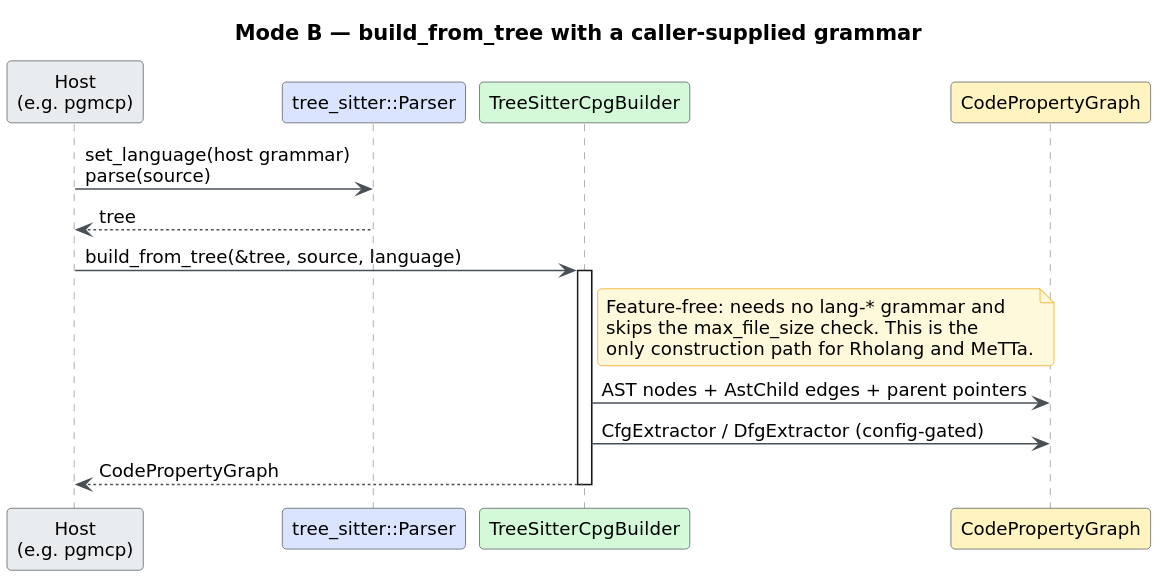
vinary-tree/libcpg keeps this PlantUML diagram as docs/diagrams/mode-b-sequence.svg. Above is the earlier version. Its source is kept beside it as docs/diagrams/mode-b-sequence.puml. Source of this version:
```plantuml
@startuml
!include _libcpg-theme.iuml
title Mode B — build_from_tree with a caller-supplied grammar
participant "Host\n(e.g. pgmcp)" as Host #E9ECEF
participant "tree_sitter::Parser" as TS #DBE4FF
participant "TreeSitterCpgBuilder" as B #D3F9D8
participant "CodePropertyGraph" as G #FFF3BF
Host -> TS : set_language(host grammar)\nparse(source)
TS --> Host : tree
Host -> B : build_from_tree(&tree, source, language)
activate B
note right of B
  Feature-free: needs no lang-* grammar and
  skips the max_file_size check. This is the
  only construction path for Rholang and MeTTa.
end note
B -> G : AST nodes + AstChild edges + parent pointers
B -> G : CfgExtractor / DfgExtractor (config-gated)
B --> Host : CodePropertyGraph
deactivate B
@enduml
```
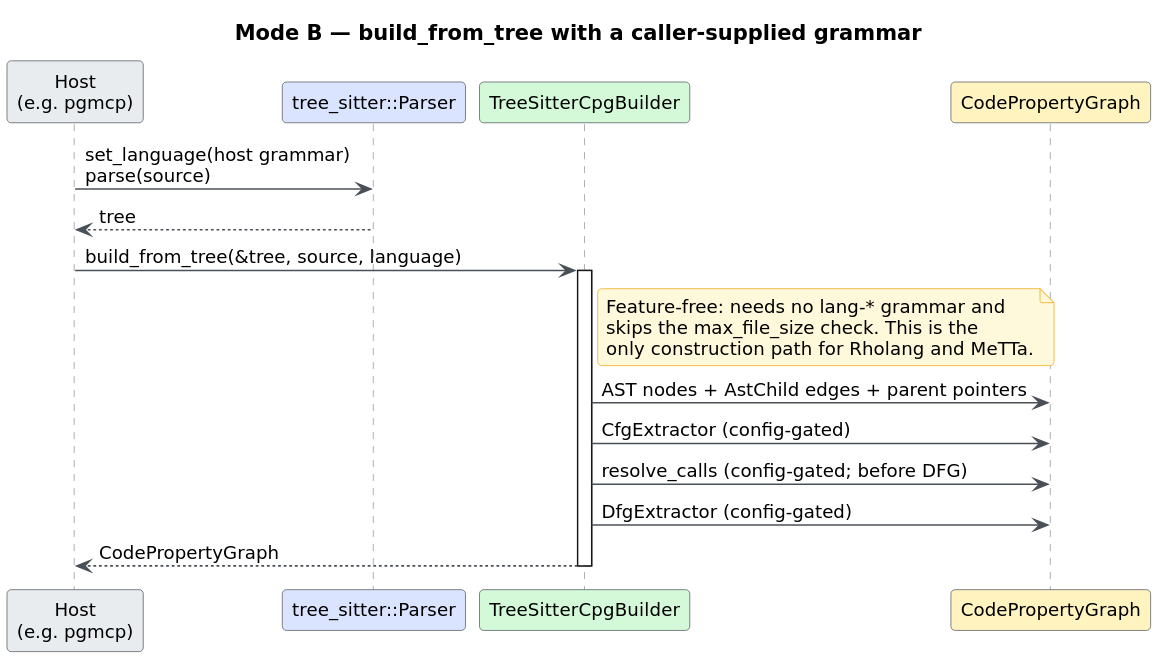
Later version of the same file.

Change to the diagram source:
```diff
@@ -15,7 +15,9 @@
   only construction path for Rholang and MeTTa.
 end note
 B -> G : AST nodes + AstChild edges + parent pointers
-B -> G : CfgExtractor / DfgExtractor (config-gated)
+B -> G : CfgExtractor (config-gated)
+B -> G : resolve_calls (config-gated; before DFG)
+B -> G : DfgExtractor (config-gated)
 B --> Host : CodePropertyGraph
 deactivate B
 @enduml
```
